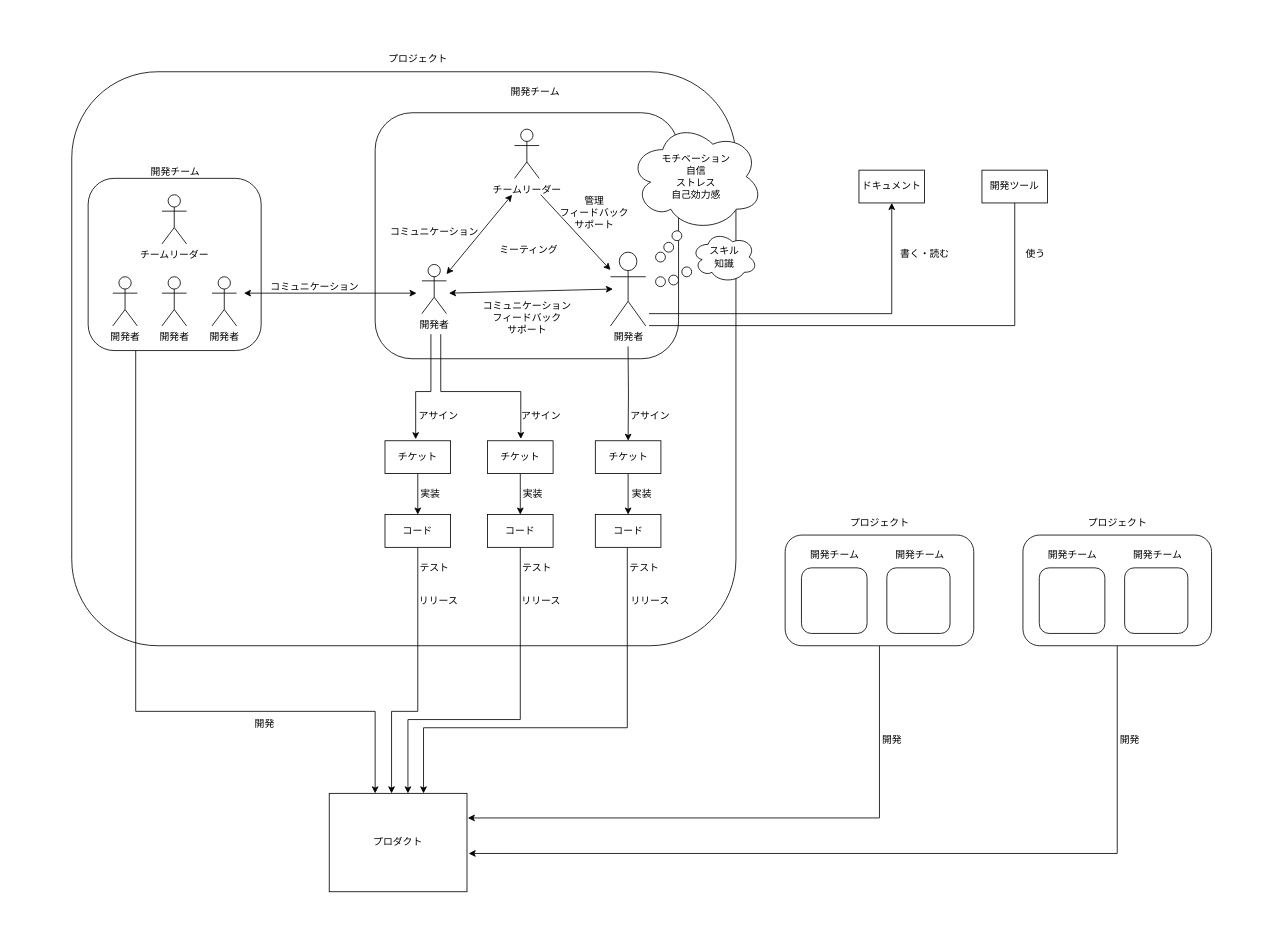
Above: factors.drawio in hareiharei/factors_chart (draw.io), before the change. Source tidied: cells renumbered, new cells numbered last; positions are measured from the earlier drawing's top-left corner, leaving out a move shared by most shapes. Both pictures are drawn from the tidied source at 82%, with x=0, y=0 at pixel (71, 47).
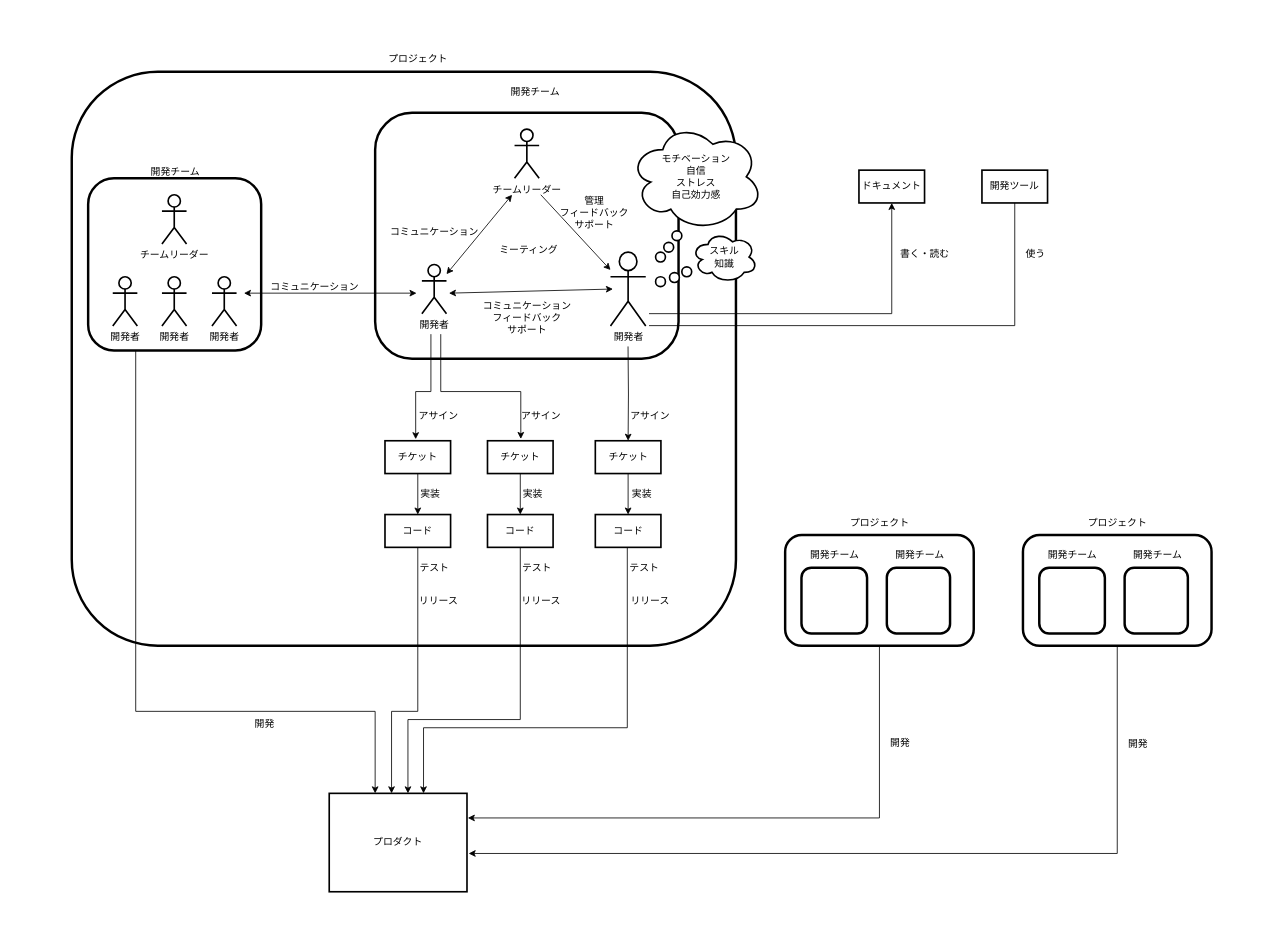
Above is the later version.

Commit message:
線を太くした

The edit, as a diff of the source:
```diff
@@
+    <mxCell id="84" style="verticalLabelPosition=bottom;verticalAlign=top;html=1;shape=mxgraph.basic.rect;fillColor2=none;strokeWidth=1;size=20;indent=5;strokeColor=none;" parent="1" vertex="1">
+      <mxGeometry x="-70" y="-40" width="1530" height="1110" as="geometry" />
+    </mxCell>
-    <mxCell id="2" style="rounded=1;whiteSpace=wrap;html=1;" parent="1" vertex="1">
+    <mxCell id="2" style="rounded=1;whiteSpace=wrap;html=1;strokeWidth=3;" parent="1" vertex="1">
       <mxGeometry y="30" width="810" height="700" as="geometry" />
     </mxCell>
@@
-    <mxCell id="4" style="rounded=1;whiteSpace=wrap;html=1;" parent="1" vertex="1">
+    <mxCell id="4" style="rounded=1;whiteSpace=wrap;html=1;strokeWidth=3;" parent="1" vertex="1">
       <mxGeometry x="20" y="160" width="211" height="210" as="geometry" />
     </mxCell>
-    <mxCell id="5" value="プロダクト" style="rounded=0;whiteSpace=wrap;html=1;" parent="1" vertex="1">
+    <mxCell id="5" value="プロダクト" style="rounded=0;whiteSpace=wrap;html=1;strokeWidth=2;" parent="1" vertex="1">
       <mxGeometry x="314" y="910" width="168" height="120" as="geometry" />
     </mxCell>
-    <mxCell id="6" style="rounded=1;whiteSpace=wrap;html=1;" parent="1" vertex="1">
+    <mxCell id="6" style="rounded=1;whiteSpace=wrap;html=1;strokeWidth=3;" parent="1" vertex="1">
       <mxGeometry x="370" y="80" width="370" height="300" as="geometry" />
     </mxCell>
@@
-    <mxCell id="9" value="開発者" style="shape=umlActor;verticalLabelPosition=bottom;verticalAlign=top;html=1;" parent="1" vertex="1">
+    <mxCell id="9" value="開発者" style="shape=umlActor;verticalLabelPosition=bottom;verticalAlign=top;html=1;strokeWidth=2;" parent="1" vertex="1">
       <mxGeometry x="50" y="280" width="30" height="60" as="geometry" />
     </mxCell>
-    <mxCell id="10" value="開発者" style="shape=umlActor;verticalLabelPosition=bottom;verticalAlign=top;html=1;" parent="1" vertex="1">
+    <mxCell id="10" value="開発者" style="shape=umlActor;verticalLabelPosition=bottom;verticalAlign=top;html=1;strokeWidth=2;" parent="1" vertex="1">
       <mxGeometry x="110" y="280" width="30" height="60" as="geometry" />
     </mxCell>
-    <mxCell id="11" value="開発者" style="shape=umlActor;verticalLabelPosition=bottom;verticalAlign=top;html=1;" parent="1" vertex="1">
+    <mxCell id="11" value="開発者" style="shape=umlActor;verticalLabelPosition=bottom;verticalAlign=top;html=1;strokeWidth=2;" parent="1" vertex="1">
       <mxGeometry x="171" y="280" width="30" height="60" as="geometry" />
     </mxCell>
-    <mxCell id="12" value="チームリーダー" style="shape=umlActor;verticalLabelPosition=bottom;verticalAlign=top;html=1;" parent="1" vertex="1">
+    <mxCell id="12" value="チームリーダー" style="shape=umlActor;verticalLabelPosition=bottom;verticalAlign=top;html=1;strokeWidth=2;" parent="1" vertex="1">
       <mxGeometry x="110" y="180" width="30" height="60" as="geometry" />
     </mxCell>
@@
-    <mxCell id="16" value="開発者" style="shape=umlActor;verticalLabelPosition=bottom;verticalAlign=top;html=1;outlineConnect=0;" parent="1" vertex="1">
+    <mxCell id="16" value="開発者" style="shape=umlActor;verticalLabelPosition=bottom;verticalAlign=top;html=1;outlineConnect=0;strokeWidth=2;" parent="1" vertex="1">
       <mxGeometry x="427" y="265" width="30" height="60" as="geometry" />
     </mxCell>
@@
-    <mxCell id="18" value="開発者" style="shape=umlActor;verticalLabelPosition=bottom;verticalAlign=top;html=1;outlineConnect=0;" parent="1" vertex="1">
+    <mxCell id="18" value="開発者" style="shape=umlActor;verticalLabelPosition=bottom;verticalAlign=top;html=1;outlineConnect=0;strokeWidth=2;" parent="1" vertex="1">
       <mxGeometry x="657" y="250" width="43" height="90" as="geometry" />
     </mxCell>
-    <mxCell id="19" value="チームリーダー" style="shape=umlActor;verticalLabelPosition=bottom;verticalAlign=top;html=1;" parent="1" vertex="1">
+    <mxCell id="19" value="チームリーダー" style="shape=umlActor;verticalLabelPosition=bottom;verticalAlign=top;html=1;strokeWidth=2;" parent="1" vertex="1">
       <mxGeometry x="540" y="100" width="30" height="60" as="geometry" />
     </mxCell>
@@
-    <mxCell id="26" value="ドキュメント" style="rounded=0;whiteSpace=wrap;html=1;" parent="1" vertex="1">
+    <mxCell id="26" value="ドキュメント" style="rounded=0;whiteSpace=wrap;html=1;strokeWidth=2;" parent="1" vertex="1">
       <mxGeometry x="960" y="150" width="80" height="40" as="geometry" />
     </mxCell>
@@
-    <mxCell id="28" value="開発ツール" style="rounded=0;whiteSpace=wrap;html=1;" parent="1" vertex="1">
+    <mxCell id="28" value="開発ツール" style="rounded=0;whiteSpace=wrap;html=1;strokeWidth=2;" parent="1" vertex="1">
       <mxGeometry x="1110" y="150" width="80" height="40" as="geometry" />
     </mxCell>
@@
-    <mxCell id="36" value="チケット" style="rounded=0;whiteSpace=wrap;html=1;" parent="1" vertex="1">
+    <mxCell id="36" value="チケット" style="rounded=0;whiteSpace=wrap;html=1;strokeWidth=2;" parent="1" vertex="1">
       <mxGeometry x="382" y="480" width="80" height="40" as="geometry" />
     </mxCell>
@@
-    <mxCell id="38" value="コード" style="rounded=0;whiteSpace=wrap;html=1;" parent="1" vertex="1">
+    <mxCell id="38" value="コード" style="rounded=0;whiteSpace=wrap;html=1;strokeWidth=2;" parent="1" vertex="1">
       <mxGeometry x="382" y="570" width="80" height="40" as="geometry" />
     </mxCell>
@@
-    <mxCell id="40" value="コード" style="rounded=0;whiteSpace=wrap;html=1;" parent="1" vertex="1">
+    <mxCell id="40" value="コード" style="rounded=0;whiteSpace=wrap;html=1;strokeWidth=2;" parent="1" vertex="1">
       <mxGeometry x="507" y="570" width="80" height="40" as="geometry" />
     </mxCell>
@@
-    <mxCell id="42" value="コード" style="rounded=0;whiteSpace=wrap;html=1;" parent="1" vertex="1">
+    <mxCell id="42" value="コード" style="rounded=0;whiteSpace=wrap;html=1;strokeWidth=2;" parent="1" vertex="1">
       <mxGeometry x="638.5" y="570" width="80" height="40" as="geometry" />
     </mxCell>
@@
-    <mxCell id="44" value="チケット" style="rounded=0;whiteSpace=wrap;html=1;" parent="1" vertex="1">
+    <mxCell id="44" value="チケット" style="rounded=0;whiteSpace=wrap;html=1;strokeWidth=2;" parent="1" vertex="1">
       <mxGeometry x="507" y="480" width="80" height="40" as="geometry" />
     </mxCell>
@@
-    <mxCell id="46" value="チケット" style="rounded=0;whiteSpace=wrap;html=1;" parent="1" vertex="1">
+    <mxCell id="46" value="チケット" style="rounded=0;whiteSpace=wrap;html=1;strokeWidth=2;" parent="1" vertex="1">
       <mxGeometry x="638.5" y="480" width="80" height="40" as="geometry" />
     </mxCell>
@@
-    <mxCell id="61" style="rounded=1;whiteSpace=wrap;html=1;" parent="1" vertex="1">
+    <mxCell id="61" style="rounded=1;whiteSpace=wrap;html=1;strokeWidth=3;" parent="1" vertex="1">
       <mxGeometry x="1160" y="595" width="230" height="135" as="geometry" />
     </mxCell>
-    <mxCell id="62" style="rounded=1;whiteSpace=wrap;html=1;" parent="1" vertex="1">
+    <mxCell id="62" style="rounded=1;whiteSpace=wrap;html=1;strokeWidth=3;" parent="1" vertex="1">
       <mxGeometry x="1179.9" y="635" width="80" height="80" as="geometry" />
     </mxCell>
-    <mxCell id="63" style="rounded=1;whiteSpace=wrap;html=1;" parent="1" vertex="1">
+    <mxCell id="63" style="rounded=1;whiteSpace=wrap;html=1;strokeWidth=3;" parent="1" vertex="1">
       <mxGeometry x="1284" y="635" width="77.1" height="80" as="geometry" />
     </mxCell>
@@
-    <mxCell id="67" value="開発" style="text;html=1;align=center;verticalAlign=middle;strokeColor=none;fillColor=none;" parent="1" vertex="1">
-      <mxGeometry x="975" y="830" width="50" height="30" as="geometry" />
+    <mxCell id="67" value="&lt;font style=&quot;font-size: 12px;&quot;&gt;開発&lt;/font&gt;" style="text;html=1;align=center;verticalAlign=middle;strokeColor=none;fillColor=none;fontSize=24;" parent="1" vertex="1">
+      <mxGeometry x="985" y="825" width="50" height="40" as="geometry" />
     </mxCell>
-    <mxCell id="68" value="開発" style="text;html=1;align=center;verticalAlign=middle;strokeColor=none;fillColor=none;" parent="1" vertex="1">
-      <mxGeometry x="1265" y="830" width="50" height="30" as="geometry" />
+    <mxCell id="68" value="&lt;font&gt;開発&lt;/font&gt;" style="text;html=1;align=center;verticalAlign=middle;strokeColor=none;fillColor=none;" parent="1" vertex="1">
+      <mxGeometry x="1275" y="835" width="50" height="30" as="geometry" />
     </mxCell>
-    <mxCell id="69" value="モチベーション&lt;div&gt;自信&lt;/div&gt;&lt;div&gt;ストレス&lt;/div&gt;&lt;div&gt;自己効力感&lt;/div&gt;" style="ellipse;shape=cloud;whiteSpace=wrap;html=1;" parent="1" vertex="1">
+    <mxCell id="69" value="モチベーション&lt;div&gt;自信&lt;/div&gt;&lt;div&gt;ストレス&lt;/div&gt;&lt;div&gt;自己効力感&lt;/div&gt;" style="ellipse;shape=cloud;whiteSpace=wrap;html=1;strokeWidth=2;" parent="1" vertex="1">
       <mxGeometry x="680" y="92" width="163" height="132" as="geometry" />
     </mxCell>
-    <mxCell id="70" style="ellipse;whiteSpace=wrap;html=1;" parent="1" vertex="1">
+    <mxCell id="70" style="ellipse;whiteSpace=wrap;html=1;strokeWidth=2;" parent="1" vertex="1">
       <mxGeometry x="712" y="250" width="12" height="12" as="geometry" />
     </mxCell>
@@
-    <mxCell id="72" style="rounded=1;whiteSpace=wrap;html=1;" parent="1" vertex="1">
+    <mxCell id="72" style="rounded=1;whiteSpace=wrap;html=1;strokeWidth=3;" parent="1" vertex="1">
       <mxGeometry x="870" y="595" width="230" height="135" as="geometry" />
     </mxCell>
-    <mxCell id="73" style="rounded=1;whiteSpace=wrap;html=1;" parent="1" vertex="1">
+    <mxCell id="73" style="rounded=1;whiteSpace=wrap;html=1;strokeWidth=3;" parent="1" vertex="1">
       <mxGeometry x="889.9" y="635" width="80" height="80" as="geometry" />
     </mxCell>
-    <mxCell id="74" style="rounded=1;whiteSpace=wrap;html=1;" parent="1" vertex="1">
+    <mxCell id="74" style="rounded=1;whiteSpace=wrap;html=1;strokeWidth=3;" parent="1" vertex="1">
       <mxGeometry x="994" y="635" width="77.1" height="80" as="geometry" />
     </mxCell>
@@
-    <mxCell id="78" style="ellipse;whiteSpace=wrap;html=1;" parent="1" vertex="1">
+    <mxCell id="78" style="ellipse;whiteSpace=wrap;html=1;strokeWidth=2;" parent="1" vertex="1">
       <mxGeometry x="722" y="238" width="12" height="12" as="geometry" />
     </mxCell>
-    <mxCell id="79" style="ellipse;whiteSpace=wrap;html=1;" parent="1" vertex="1">
+    <mxCell id="79" style="ellipse;whiteSpace=wrap;html=1;strokeWidth=2;" parent="1" vertex="1">
       <mxGeometry x="732" y="224" width="12" height="12" as="geometry" />
     </mxCell>
-    <mxCell id="80" value="スキル&lt;div&gt;知識&lt;/div&gt;" style="ellipse;shape=cloud;whiteSpace=wrap;html=1;" parent="1" vertex="1">
+    <mxCell id="80" value="スキル&lt;div&gt;知識&lt;/div&gt;" style="ellipse;shape=cloud;whiteSpace=wrap;html=1;strokeWidth=2;" parent="1" vertex="1">
       <mxGeometry x="756" y="225" width="80" height="62" as="geometry" />
     </mxCell>
-    <mxCell id="81" style="ellipse;whiteSpace=wrap;html=1;" parent="1" vertex="1">
+    <mxCell id="81" style="ellipse;whiteSpace=wrap;html=1;strokeWidth=2;" parent="1" vertex="1">
       <mxGeometry x="744" y="268" width="12" height="12" as="geometry" />
     </mxCell>
-    <mxCell id="82" style="ellipse;whiteSpace=wrap;html=1;" parent="1" vertex="1">
-      <mxGeometry x="728" y="278" width="12" height="12" as="geometry" />
+    <mxCell id="82" style="ellipse;whiteSpace=wrap;html=1;strokeWidth=2;" parent="1" vertex="1">
+      <mxGeometry x="729" y="275" width="12" height="12" as="geometry" />
     </mxCell>
-    <mxCell id="83" style="ellipse;whiteSpace=wrap;html=1;" parent="1" vertex="1">
+    <mxCell id="83" style="ellipse;whiteSpace=wrap;html=1;strokeWidth=2;" parent="1" vertex="1">
       <mxGeometry x="712" y="280" width="12" height="12" as="geometry" />
     </mxCell>
```
